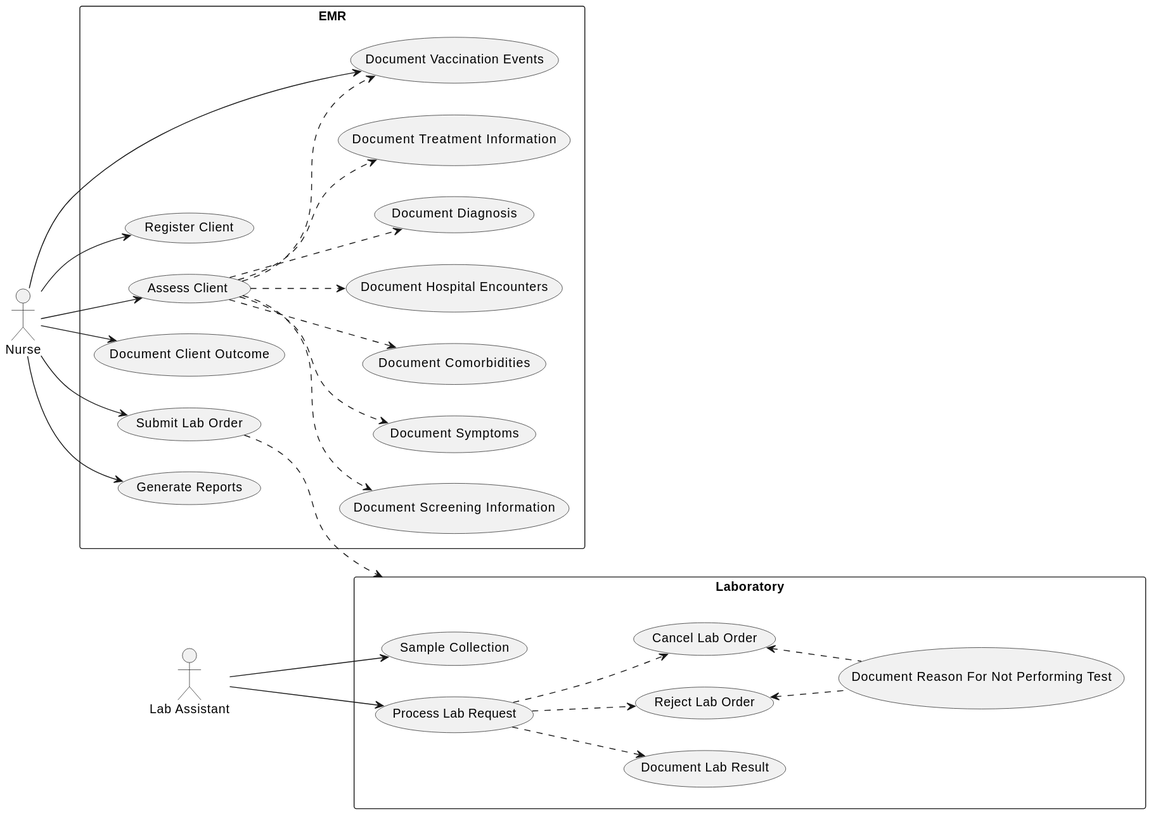
This is input/includes/UseCaseDiagram.svg from openhie/covid19-casereporting, a PlantUML export, as it was before one commit.
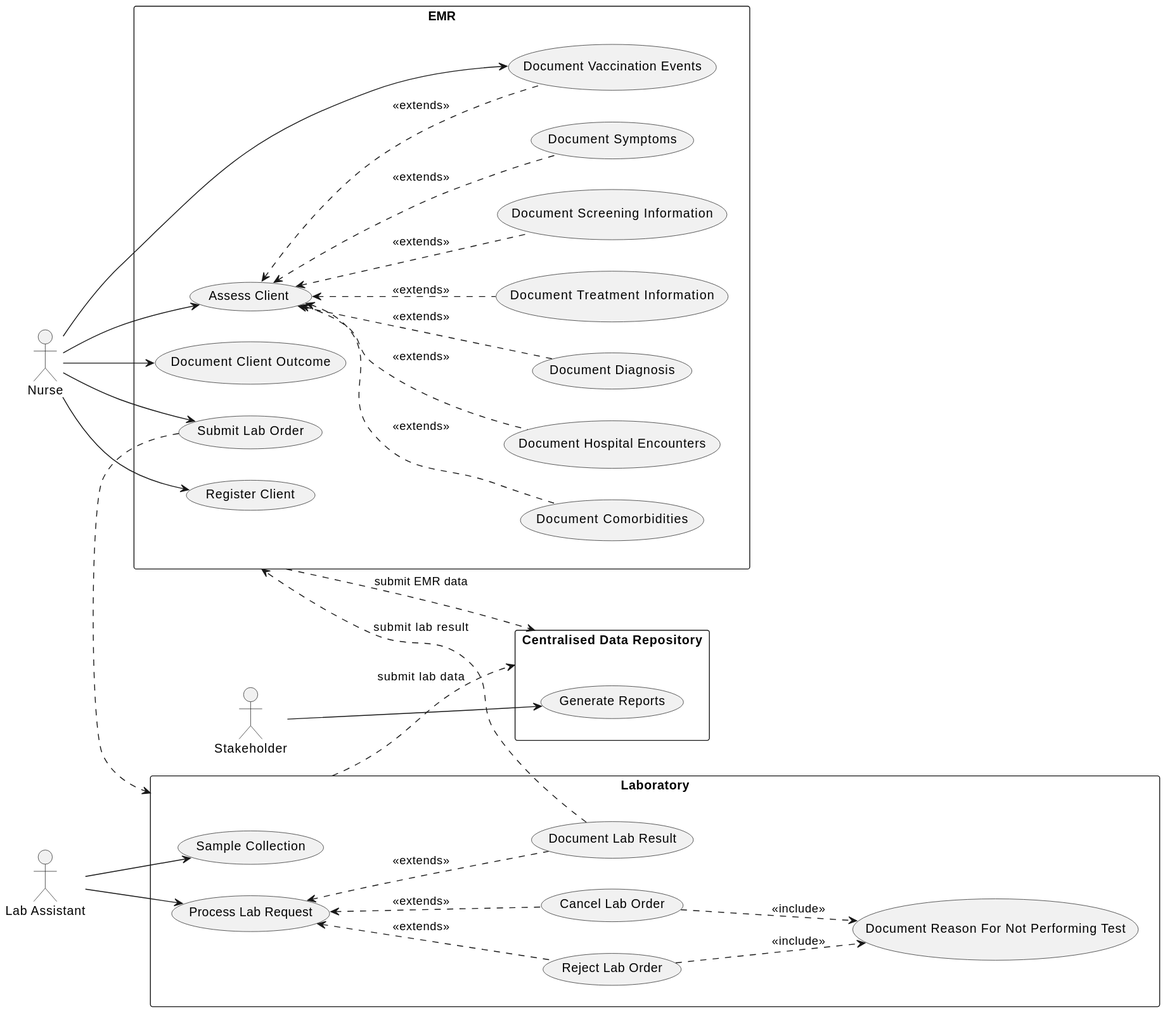
Later version of the same file.

The edit, as a diff of the source:
```diff
@@ -13,7 +13,7 @@
   usecase "Document Client Outcome" as UC10
   usecase "Submit Lab Order" as UC11
   usecase "Document Vaccination Events" as UC12
-  usecase "Generate Reports" as UC13
+
 }
 
 nurse --> UC1
@@ -21,18 +21,16 @@
 nurse --> UC10
 nurse --> UC11
 nurse --> UC12
-nurse --> UC13
 
+(UC2) <.. (UC3) : "<<extends>>"
+(UC2) <.. (UC4) : "<<extends>>"
+(UC2) <.. (UC5) : "<<extends>>"
+(UC2) <.. (UC6) : "<<extends>>"
+(UC2) <.. (UC12) : "<<extends>>"
+(UC2) <.. (UC8) : "<<extends>>"
+(UC2) <.. (UC9) : "<<extends>>"
 
-(UC2) ..> (UC3)
-(UC2) ..> (UC4)
-(UC2) ..> (UC5)
-(UC2) ..> (UC6)
-(UC2) ..> (UC12)
-(UC2) ..> (UC8)
-(UC2) ..> (UC9)
-
-actor "Lab Assistant" as lab
+actor "Lab Assistant" as labAssistant
 rectangle Laboratory {
   usecase "Sample Collection" as UC14
   usecase "Process Lab Request" as UC15
@@ -42,18 +40,29 @@
   usecase "Document Reason For Not Performing Test" as UC19
 }
 
-lab --> UC14
-lab --> UC15
+labAssistant --> UC14
+labAssistant --> UC15
 
 
-(UC15) ..> (UC16)
-(UC15) ..> (UC17)
-(UC15) ..> (UC18)
+(UC15) <.. (UC16) : "<<extends>>"
+(UC15) <.. (UC17) : "<<extends>>"
+(UC15) <.. (UC18) : "<<extends>>"
 
-(UC18) <.. (UC19)
-(UC17) <.. (UC19)
+(UC18) ..> (UC19) : "<<include>>"
+(UC17) ..> (UC19) : "<<include>>"
 
 (UC11) ..> Laboratory
 
+(UC16) ..> EMR : "submit lab result"
+
+actor "Stakeholder" as stakeholder
+rectangle "Centralised Data Repository" as cdr {
+  usecase "Generate Reports" as UC20
+}
+
+stakeholder --> UC20
+
+EMR ..> cdr : "submit EMR data"
+Laboratory ..> cdr : "submit lab data"
 
 @enduml
```
